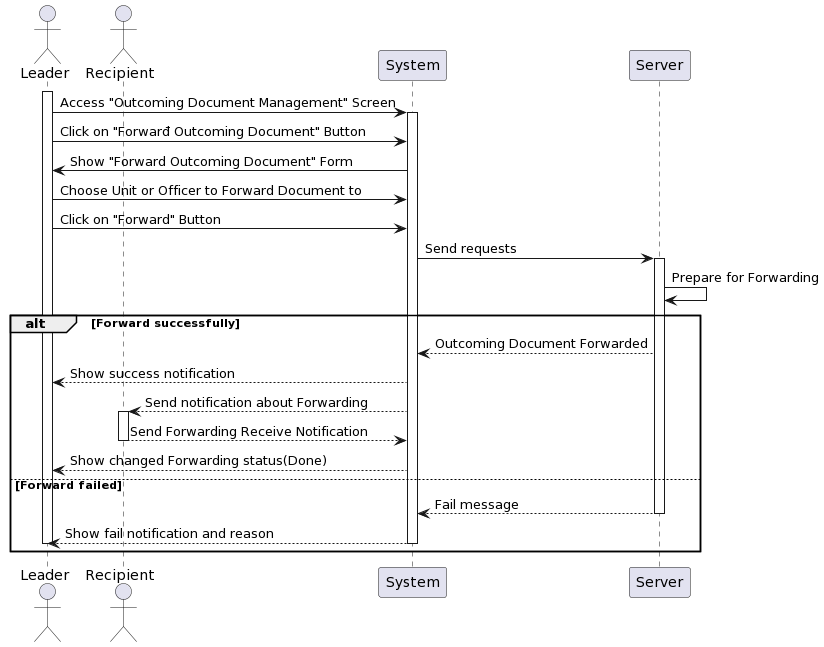
khoapham1003/SE357-Pratice-class keeps this PlantUML diagram as Lab1/Lab1.2/SequenceDiagram/OutcomingDocument/ForwardOutcomingDocument/ForwadOutcomingDocument_SequenceDiagram.png. Above is the earlier version.
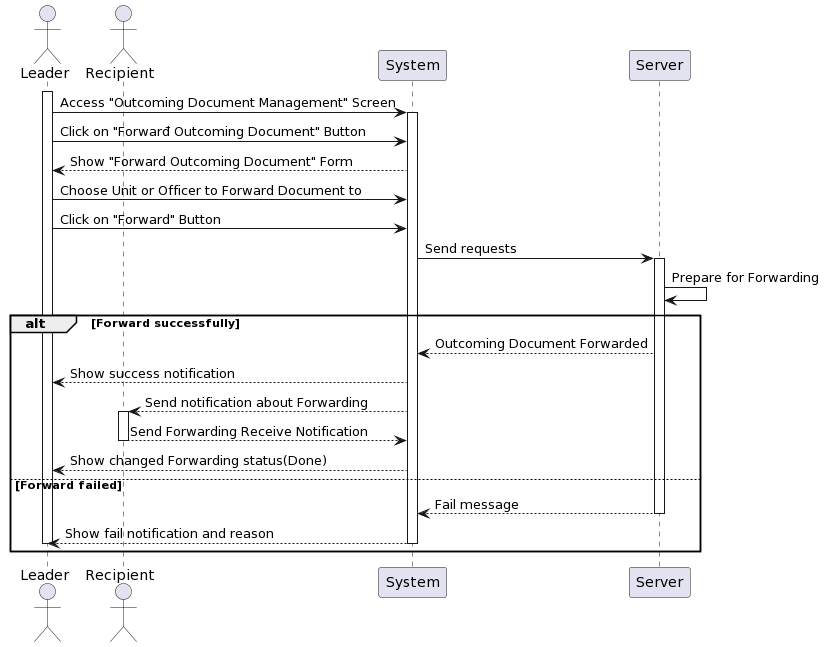
The same diagram one commit later.

What changed in the source:
```diff
@@ -8,7 +8,7 @@
 Leader -> System: Access "Outcoming Document Management" Screen
 activate System
 Leader -> System: Click on "Forwarđ Outcoming Document" Button
-System -> Leader: Show "Forward Outcoming Document" Form
+System --> Leader: Show "Forward Outcoming Document" Form
 Leader -> System: Choose Unit or Officer to Forward Document to
 Leader -> System: Click on "Forward" Button
 System-> Server : Send requests
```
